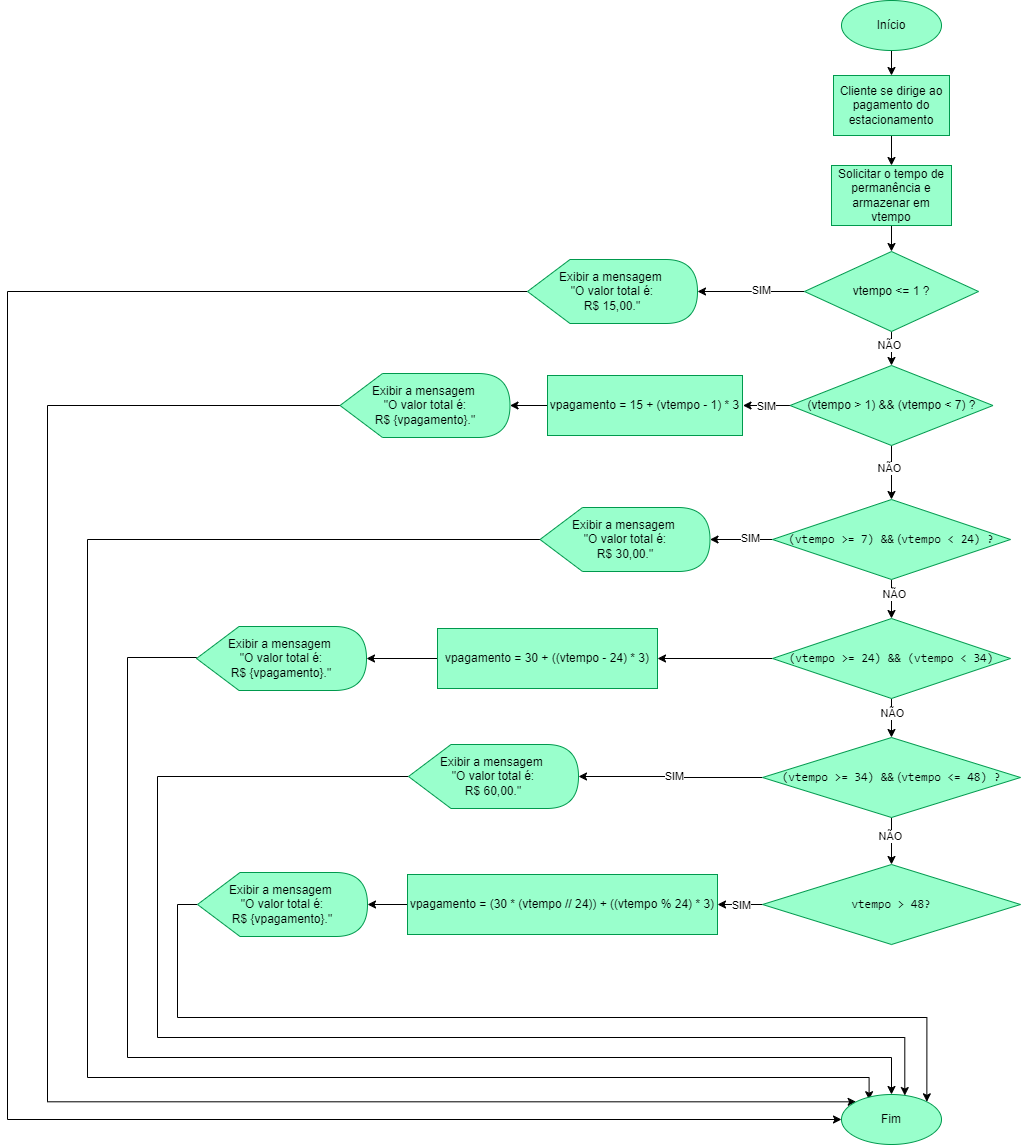
Above: Fuxogramas - 19_02_2025/Exercício 3 (OK).drawio.png in Yasminnovaisvieira/PBE-1DS-TB-ATIVIDADES (draw.io), before the change. Source tidied: cells renumbered, new cells last; positions are measured from the earlier drawing's top-left corner, leaving out a move shared by most shapes.
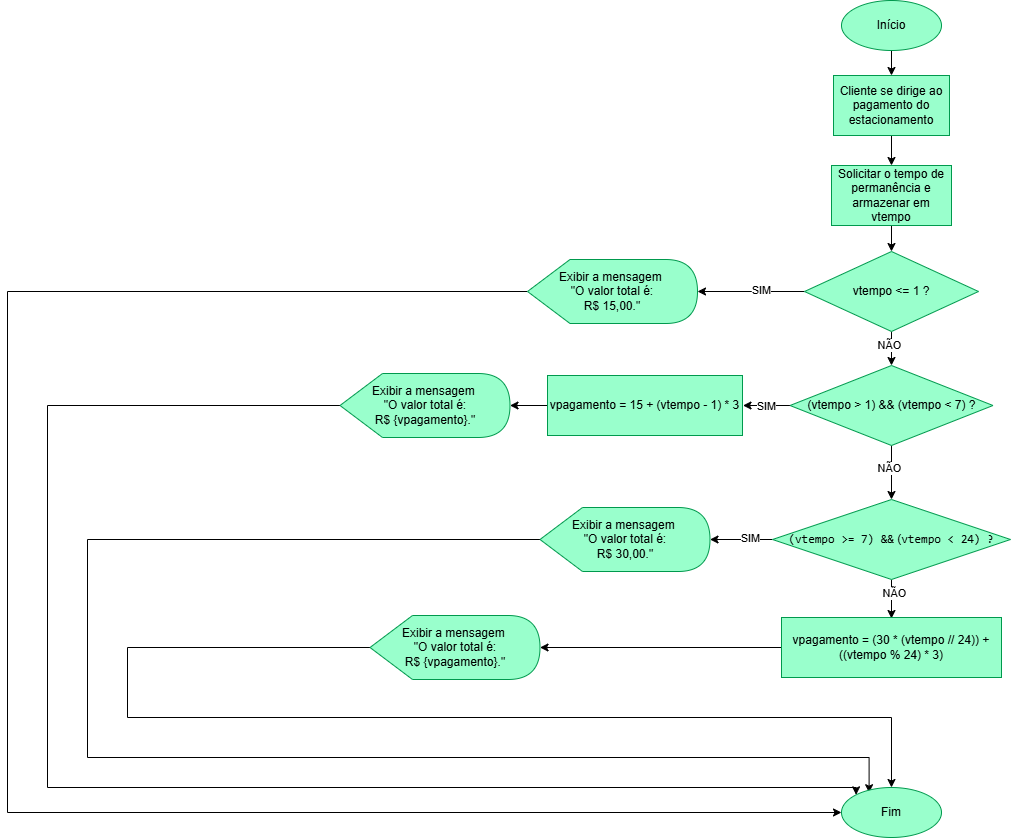
Above is the later version.

Commit message:
Atividades PBE

The edit, as a diff of the source:
```diff
@@ -12,7 +12,7 @@
       <mxGeometry relative="1" as="geometry">
         <Array as="points">
           <mxPoint y="291" />
-          <mxPoint y="1119" />
+          <mxPoint y="812" />
         </Array>
       </mxGeometry>
     </mxCell>
@@ -75,7 +75,8 @@
       <mxGeometry relative="1" as="geometry">
         <Array as="points">
           <mxPoint x="40" y="405" />
-          <mxPoint x="40" y="1101" />
+          <mxPoint x="40" y="787" />
+          <mxPoint x="849" y="787" />
         </Array>
       </mxGeometry>
     </mxCell>
@@ -88,8 +89,10 @@
     <mxCell id="25" value="SIM" style="edgeLabel;html=1;align=center;verticalAlign=middle;" parent="24" vertex="1">
       <mxGeometry x="-0.25" y="-2" relative="1" as="geometry" />
     </mxCell>
-    <mxCell id="26" style="edgeStyle=orthogonalEdgeStyle;rounded=0;jettySize=auto;html=1;" parent="1" edge="1" source="28" target="50">
-      <mxGeometry relative="1" as="geometry" />
+    <mxCell id="26" style="edgeStyle=orthogonalEdgeStyle;rounded=0;jettySize=auto;html=1;" parent="1" edge="1" source="28">
+      <mxGeometry relative="1" as="geometry">
+        <mxPoint x="884" y="618" as="targetPoint" />
+      </mxGeometry>
     </mxCell>
     <mxCell id="27" value="NÃO" style="edgeLabel;html=1;align=center;verticalAlign=middle;" parent="26" vertex="1">
       <mxGeometry x="-0.72" y="2" relative="1" as="geometry">
@@ -103,104 +106,34 @@
       <mxGeometry relative="1" as="geometry">
         <Array as="points">
           <mxPoint x="80" y="539" />
-          <mxPoint x="80" y="1077" />
-          <mxPoint x="862" y="1077" />
+          <mxPoint x="80" y="757" />
+          <mxPoint x="862" y="757" />
         </Array>
       </mxGeometry>
     </mxCell>
     <mxCell id="30" value="Exibir a mensagem&amp;nbsp;&lt;div&gt;&quot;O valor total é:&lt;/div&gt;&lt;div&gt;R$ 30,00.&quot;&lt;/div&gt;" style="shape=display;whiteSpace=wrap;html=1;fillColor=light-dark(#99FFCC,#000000);strokeColor=light-dark(#00994D,#000000);" parent="1" vertex="1">
       <mxGeometry x="532.5" y="507" width="170" height="64" as="geometry" />
     </mxCell>
-    <mxCell id="31" style="edgeStyle=orthogonalEdgeStyle;rounded=0;jettySize=auto;html=1;entryX=1;entryY=0.5;entryDx=0;entryDy=0;entryPerimeter=0;" parent="1" edge="1" source="35" target="38">
-      <mxGeometry relative="1" as="geometry" />
-    </mxCell>
-    <mxCell id="32" value="SIM" style="edgeLabel;html=1;align=center;verticalAlign=middle;" parent="31" vertex="1">
-      <mxGeometry x="-0.04" y="-2" relative="1" as="geometry" />
-    </mxCell>
-    <mxCell id="33" style="edgeStyle=orthogonalEdgeStyle;rounded=0;jettySize=auto;html=1;" parent="1" edge="1" source="35" target="41">
-      <mxGeometry relative="1" as="geometry" />
-    </mxCell>
-    <mxCell id="34" value="NÃO" style="edgeLabel;html=1;align=center;verticalAlign=middle;" parent="33" vertex="1">
-      <mxGeometry x="-0.22" y="-2" relative="1" as="geometry" />
-    </mxCell>
-    <mxCell id="35" value="&lt;code&gt;(vtempo &amp;gt;= 34) &amp;amp;&amp;amp;&lt;/code&gt;&amp;nbsp;(&lt;code&gt;vtempo &amp;lt;= 48) ?&lt;/code&gt;" style="rhombus;whiteSpace=wrap;html=1;fillColor=light-dark(#99FFCC,var(--ge-dark-color, #121212));strokeColor=light-dark(#00994D,#000000);" parent="1" vertex="1">
-      <mxGeometry x="755" y="737" width="258" height="80" as="geometry" />
-    </mxCell>
     <mxCell id="36" style="edgeStyle=orthogonalEdgeStyle;rounded=0;jettySize=auto;html=1;entryX=0.5;entryY=0;entryDx=0;entryDy=0;exitX=0;exitY=0.5;exitDx=0;exitDy=0;exitPerimeter=0;" parent="1" edge="1" source="53" target="45">
       <mxGeometry relative="1" as="geometry">
         <Array as="points">
-          <mxPoint x="120" y="657" />
-          <mxPoint x="120" y="1057" />
-          <mxPoint x="884" y="1057" />
+          <mxPoint x="120" y="647" />
+          <mxPoint x="120" y="717" />
+          <mxPoint x="884" y="717" />
         </Array>
       </mxGeometry>
     </mxCell>
-    <mxCell id="37" style="edgeStyle=orthogonalEdgeStyle;rounded=0;jettySize=auto;html=1;entryX=0.633;entryY=0.021;entryDx=0;entryDy=0;entryPerimeter=0;" parent="1" edge="1" source="38" target="45">
-      <mxGeometry relative="1" as="geometry">
-        <Array as="points">
-          <mxPoint x="150" y="776" />
-          <mxPoint x="150" y="1037" />
-          <mxPoint x="897" y="1037" />
-        </Array>
-      </mxGeometry>
-    </mxCell>
-    <mxCell id="38" value="Exibir a mensagem&amp;nbsp;&lt;div&gt;&quot;O valor total é:&lt;/div&gt;&lt;div&gt;R$ 60,00.&quot;&lt;/div&gt;" style="shape=display;whiteSpace=wrap;html=1;fillColor=light-dark(#99FFCC,#000000);strokeColor=light-dark(#00994D,#000000);" parent="1" vertex="1">
-      <mxGeometry x="401" y="744" width="170" height="64" as="geometry" />
-    </mxCell>
-    <mxCell id="39" style="edgeStyle=orthogonalEdgeStyle;rounded=0;jettySize=auto;html=1;" parent="1" edge="1" source="41" target="43">
-      <mxGeometry relative="1" as="geometry" />
-    </mxCell>
-    <mxCell id="40" value="SIM" style="edgeLabel;html=1;align=center;verticalAlign=middle;" parent="39" vertex="1">
-      <mxGeometry x="-0.04" y="3" relative="1" as="geometry">
-        <mxPoint y="-3" as="offset" />
-      </mxGeometry>
-    </mxCell>
-    <mxCell id="41" value="&lt;font face=&quot;monospace&quot;&gt;vtempo &amp;gt; 48?&lt;/font&gt;" style="rhombus;whiteSpace=wrap;html=1;fillColor=light-dark(#99FFCC,var(--ge-dark-color, #121212));strokeColor=light-dark(#00994D,#000000);" parent="1" vertex="1">
-      <mxGeometry x="755" y="864" width="258" height="80" as="geometry" />
-    </mxCell>
-    <mxCell id="42" style="edgeStyle=orthogonalEdgeStyle;rounded=0;jettySize=auto;html=1;" parent="1" edge="1" source="43" target="46">
-      <mxGeometry relative="1" as="geometry" />
-    </mxCell>
-    <mxCell id="43" value="vpagamento = (30 * (vtempo // 24)) + ((vtempo % 24) * 3)" style="whiteSpace=wrap;html=1;fillColor=light-dark(#99FFCC,var(--ge-dark-color, #121212));strokeColor=light-dark(#00994D,#000000);" parent="1" vertex="1">
-      <mxGeometry x="400" y="874" width="310" height="60" as="geometry" />
-    </mxCell>
-    <mxCell id="44" style="edgeStyle=orthogonalEdgeStyle;rounded=0;jettySize=auto;html=1;exitX=0;exitY=0.5;exitDx=0;exitDy=0;exitPerimeter=0;entryX=1;entryY=0;entryDx=0;entryDy=0;" parent="1" edge="1" source="46" target="45">
-      <mxGeometry relative="1" as="geometry">
-        <Array as="points">
-          <mxPoint x="170" y="904" />
-          <mxPoint x="170" y="1017" />
-          <mxPoint x="919" y="1017" />
-        </Array>
-      </mxGeometry>
-    </mxCell>
     <mxCell id="45" value="Fim" style="ellipse;whiteSpace=wrap;html=1;fillColor=light-dark(#99FFCC,var(--ge-dark-color, #121212));strokeColor=light-dark(#00994D,#000000);" parent="1" vertex="1">
-      <mxGeometry x="834" y="1094" width="100" height="50" as="geometry" />
+      <mxGeometry x="834" y="787" width="100" height="50" as="geometry" />
     </mxCell>
-    <mxCell id="46" value="Exibir a mensagem&amp;nbsp;&lt;div&gt;&quot;O valor total é:&lt;/div&gt;&lt;div&gt;R$ {vpagamento}.&quot;&lt;/div&gt;" style="shape=display;whiteSpace=wrap;html=1;fillColor=light-dark(#99FFCC,#000000);strokeColor=light-dark(#00994D,#000000);" parent="1" vertex="1">
-      <mxGeometry x="190" y="872" width="170" height="64" as="geometry" />
-    </mxCell>
-    <mxCell id="47" style="edgeStyle=orthogonalEdgeStyle;rounded=0;jettySize=auto;html=1;" parent="1" edge="1" source="50" target="35">
-      <mxGeometry relative="1" as="geometry" />
-    </mxCell>
-    <mxCell id="48" value="NÃO" style="edgeLabel;html=1;align=center;verticalAlign=middle;" parent="47" vertex="1">
-      <mxGeometry x="-0.42" y="-5" relative="1" as="geometry">
-        <mxPoint x="5" y="2" as="offset" />
-      </mxGeometry>
-    </mxCell>
-    <mxCell id="49" style="edgeStyle=orthogonalEdgeStyle;rounded=0;jettySize=auto;html=1;" parent="1" edge="1" source="50" target="52">
-      <mxGeometry relative="1" as="geometry" />
-    </mxCell>
-    <mxCell id="50" value="&lt;font face=&quot;monospace&quot;&gt;(vtempo &amp;gt;= 24) &amp;amp;&amp;amp; (vtempo &amp;lt; 34)&lt;/font&gt;" style="rhombus;whiteSpace=wrap;html=1;fillColor=light-dark(#99FFCC,var(--ge-dark-color, #121212));strokeColor=light-dark(#00994D,#000000);" parent="1" vertex="1">
-      <mxGeometry x="765" y="618" width="238" height="80" as="geometry" />
-    </mxCell>
     <mxCell id="51" style="edgeStyle=orthogonalEdgeStyle;rounded=0;jettySize=auto;html=1;" parent="1" edge="1" source="52" target="53">
       <mxGeometry relative="1" as="geometry" />
     </mxCell>
-    <mxCell id="52" value="vpagamento = 30 + ((vtempo - 24) * 3)" style="whiteSpace=wrap;html=1;fillColor=light-dark(#99FFCC,var(--ge-dark-color, #121212));strokeColor=light-dark(#00994D,#000000);" parent="1" vertex="1">
-      <mxGeometry x="430" y="628" width="220" height="60" as="geometry" />
+    <mxCell id="52" value="vpagamento = (30 * (vtempo // 24)) + ((vtempo % 24) * 3)" style="whiteSpace=wrap;html=1;fillColor=light-dark(#99FFCC,var(--ge-dark-color, #121212));strokeColor=light-dark(#00994D,#000000);" parent="1" vertex="1">
+      <mxGeometry x="774" y="617" width="220" height="60" as="geometry" />
     </mxCell>
     <mxCell id="53" value="Exibir a mensagem&amp;nbsp;&lt;div&gt;&quot;O valor total é:&lt;/div&gt;&lt;div&gt;R$ {vpagamento}.&quot;&lt;/div&gt;" style="shape=display;whiteSpace=wrap;html=1;fillColor=light-dark(#99FFCC,#000000);strokeColor=light-dark(#00994D,#000000);" parent="1" vertex="1">
-      <mxGeometry x="189" y="626" width="170" height="64" as="geometry" />
+      <mxGeometry x="362.5" y="615" width="170" height="64" as="geometry" />
     </mxCell>
   </root>
 </mxGraphModel>
```
